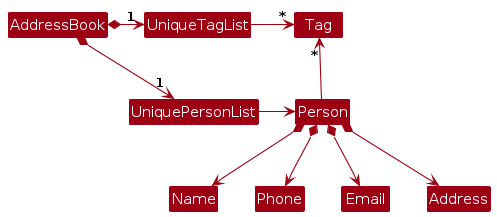
AY2627S1-CS2103T-F09-3/tp keeps this PlantUML diagram as diagrams/BetterModelClassDiagram.png. Above is the earlier version. Its source is kept beside it as diagrams/BetterModelClassDiagram.puml. Source of this version:
```plantuml
@startuml
!include style.puml
skinparam arrowThickness 1.1
skinparam arrowColor MODEL_COLOR
skinparam classBackgroundColor MODEL_COLOR

AddressBook *-right-> "1" UniquePersonList
AddressBook *-right-> "1" UniqueTagList
UniqueTagList -[hidden]down- UniquePersonList
UniqueTagList -[hidden]down- UniquePersonList

UniqueTagList -right-> "*" Tag
UniquePersonList -right-> Person

Person -up-> "*" Tag

Person *--> Name
Person *--> Phone
Person *--> Email
Person *--> Address
@enduml
```
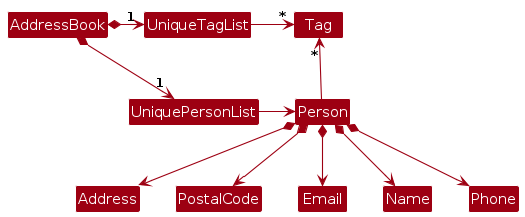
The same file after the commit.

Change to the diagram source:
```diff
@@ -18,4 +18,8 @@
 Person *--> Phone
 Person *--> Email
 Person *--> Address
+Person *--> PostalCode
+
+Address -[hidden]right-> PostalCode
+PostalCode -[hidden]right-> Email
 @enduml
```
